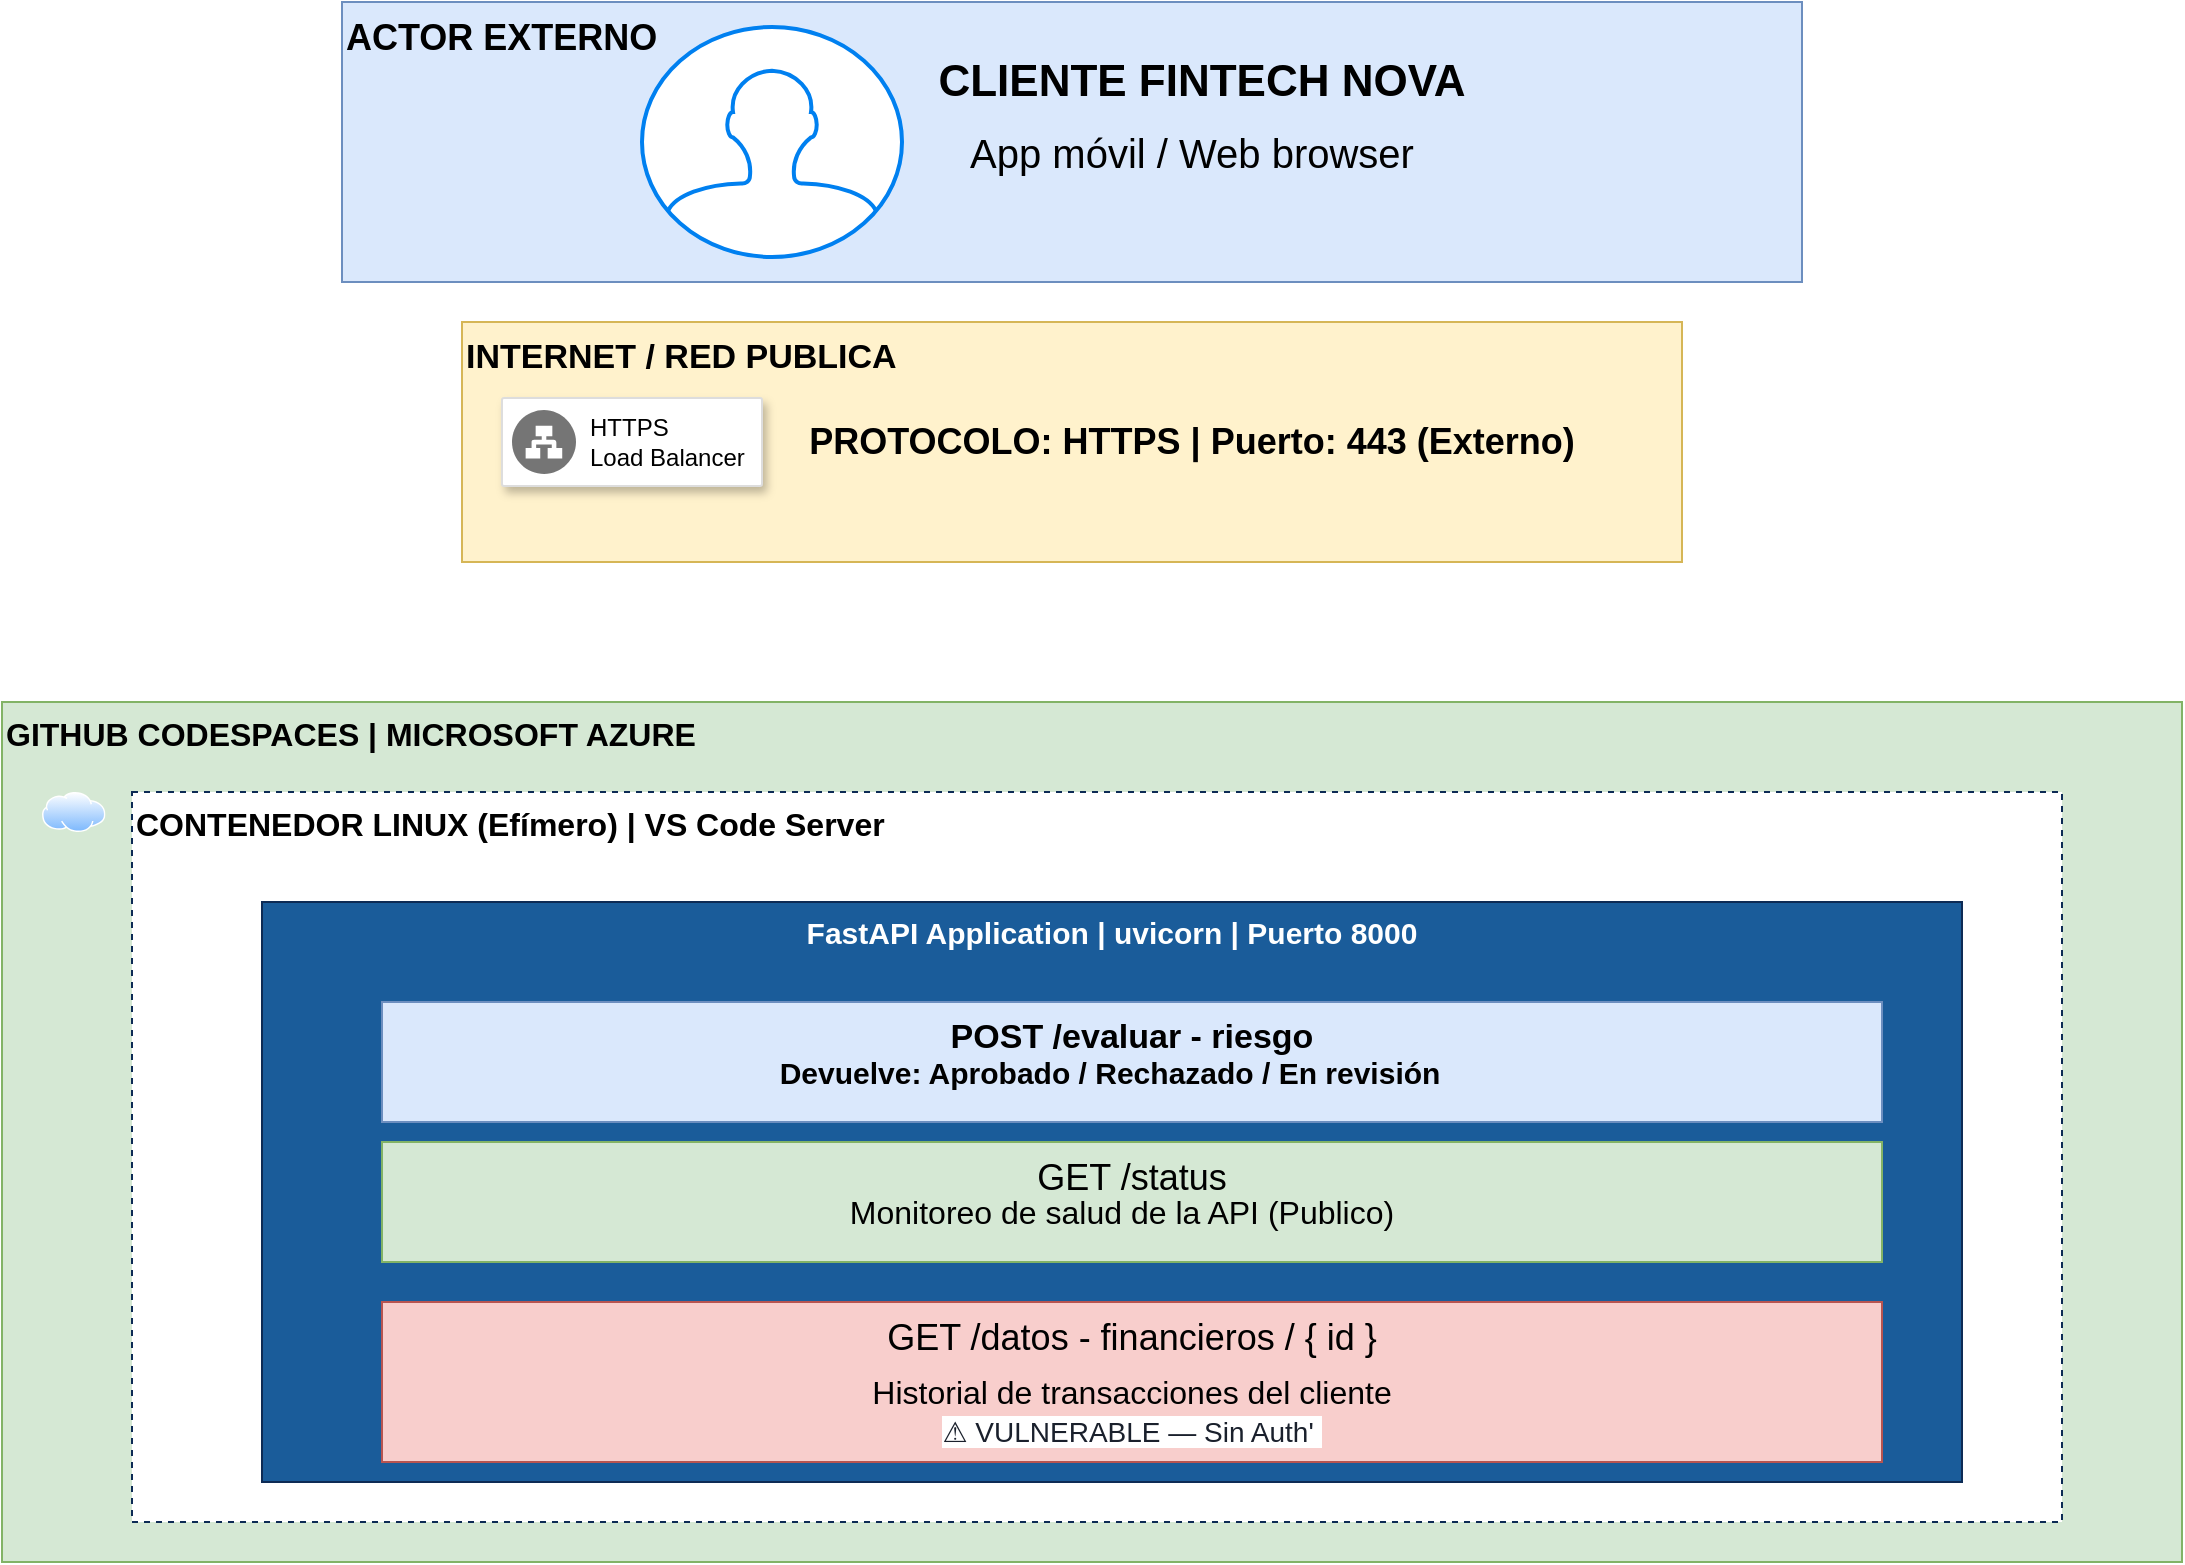
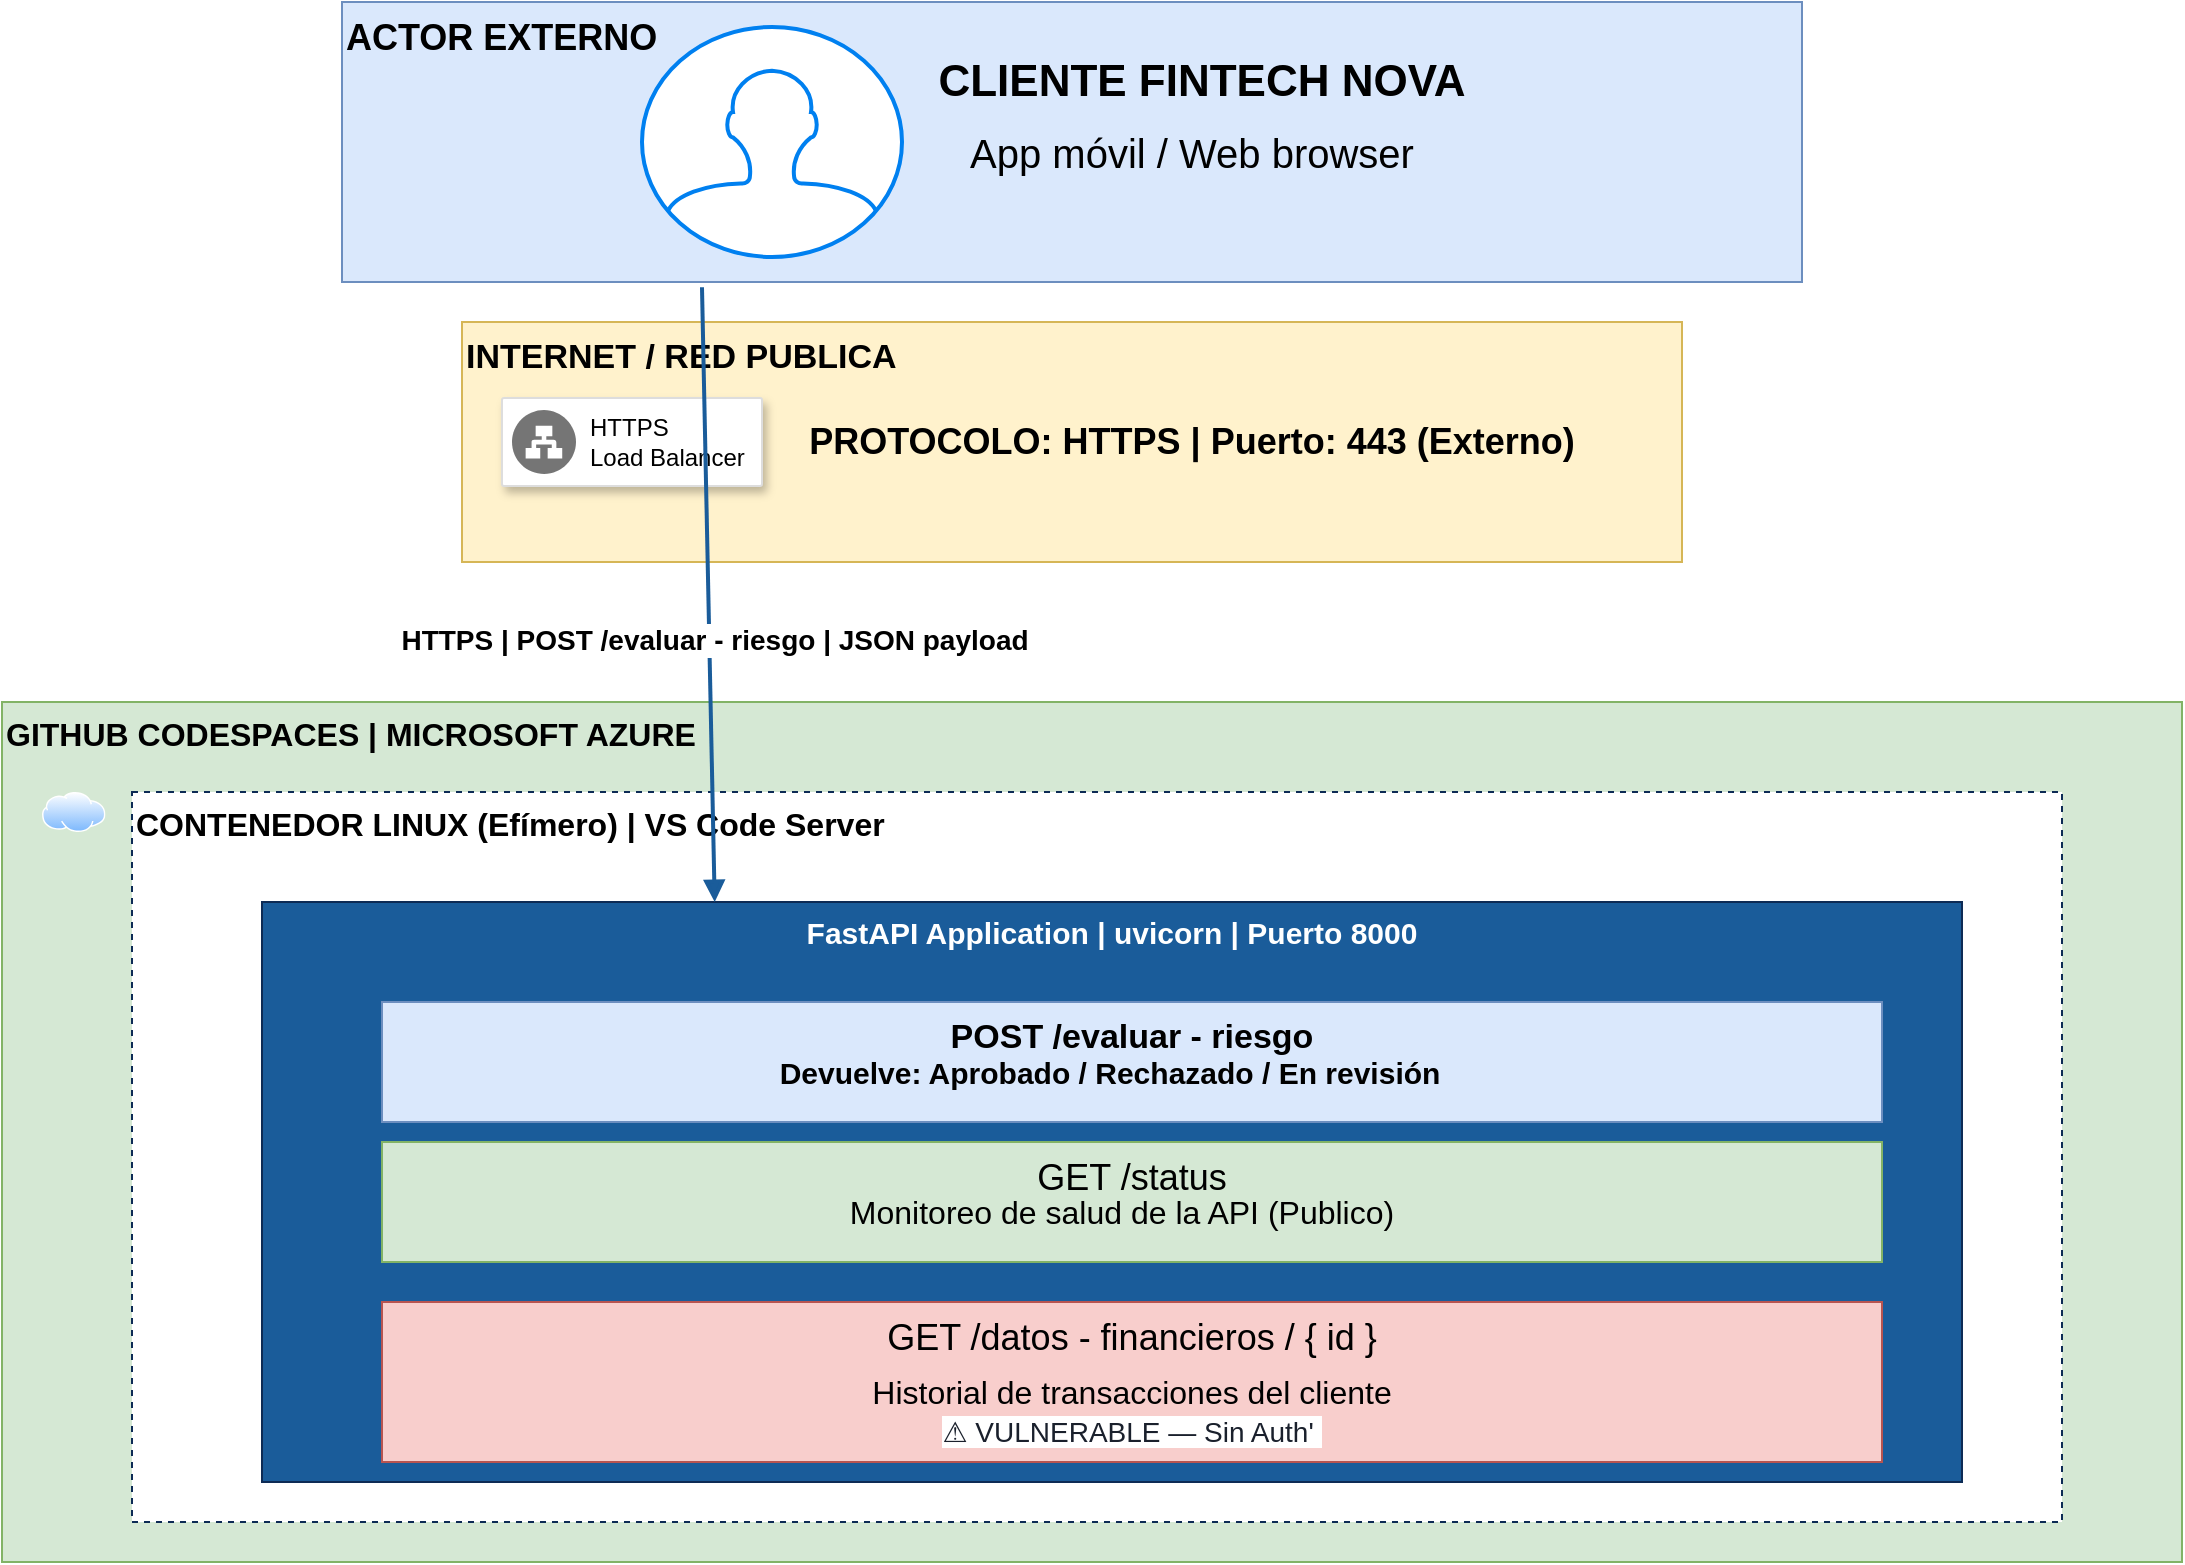
<mxfile host="app.diagrams.net">
  <diagram name="Página-1" id="2bYSpyA3Dfak7f0DMBfR">
-     <mxGraphModel dx="1152" dy="1323" grid="1" gridSize="10" guides="1" tooltips="1" connect="1" arrows="1" fold="1" page="1" pageScale="1" pageWidth="1169" pageHeight="827" math="0" shadow="0">
+     <mxGraphModel dx="921" dy="1059" grid="1" gridSize="10" guides="1" tooltips="1" connect="1" arrows="1" fold="1" page="1" pageScale="1" pageWidth="1169" pageHeight="827" math="0" shadow="0">
      <root>
        <mxCell id="0" />
        <mxCell id="1" parent="0" />
        <mxCell id="TyJ0rt2JkgR6ljCwjSKc-2" parent="1" style="fillColor=#dae8fc;strokeColor=#6c8ebf;fontSize=18;fontStyle=1;align=left;verticalAlign=top;" value="ACTOR EXTERNO" vertex="1">
          <mxGeometry height="140" width="730" x="220" y="30" as="geometry" />
        </mxCell>
        <mxCell id="TyJ0rt2JkgR6ljCwjSKc-3" parent="1" style="fillColor=#fff2cc;strokeColor=#d6b656;fontSize=17;fontStyle=1;align=left;verticalAlign=top;" value="INTERNET / RED PUBLICA" vertex="1">
          <mxGeometry height="120" width="610" x="280" y="190" as="geometry" />
        </mxCell>
        <mxCell id="TyJ0rt2JkgR6ljCwjSKc-4" parent="1" style="fillColor=#d5e8d4;strokeColor=#82b366;fontSize=16;fontStyle=1;align=left;verticalAlign=top;" value="GITHUB CODESPACES | MICROSOFT AZURE" vertex="1">
          <mxGeometry height="430" width="1090" x="50" y="380" as="geometry" />
        </mxCell>
        <mxCell id="TyJ0rt2JkgR6ljCwjSKc-5" parent="1" style="html=1;verticalLabelPosition=bottom;align=center;labelBackgroundColor=#ffffff;verticalAlign=top;strokeWidth=2;strokeColor=#0080F0;shadow=0;dashed=0;shape=mxgraph.ios7.icons.user;" value="" vertex="1">
          <mxGeometry height="115" width="130" x="370" y="42.5" as="geometry" />
        </mxCell>
        <mxCell id="TyJ0rt2JkgR6ljCwjSKc-8" parent="1" style="text;html=1;whiteSpace=wrap;strokeColor=none;fillColor=none;align=center;verticalAlign=middle;rounded=0;fontSize=16;" value="&lt;font style=&quot;font-size: 22px;&quot;&gt;&lt;b&gt;CLIENTE FINTECH NOVA&lt;/b&gt;&lt;/font&gt;" vertex="1">
          <mxGeometry height="40" width="400" x="450" y="50" as="geometry" />
        </mxCell>
        <mxCell id="TyJ0rt2JkgR6ljCwjSKc-9" parent="1" style="text;html=1;whiteSpace=wrap;strokeColor=none;fillColor=none;align=center;verticalAlign=middle;rounded=0;fontSize=16;" value="&lt;font style=&quot;font-size: 20px; color: light-dark(rgb(0, 0, 0), rgb(156, 156, 156));&quot;&gt;App móvil / Web browser&lt;/font&gt;" vertex="1">
          <mxGeometry height="30" width="240" x="525" y="90" as="geometry" />
        </mxCell>
        <mxCell id="TyJ0rt2JkgR6ljCwjSKc-10" parent="1" style="text;html=1;whiteSpace=wrap;strokeColor=none;fillColor=none;align=center;verticalAlign=middle;rounded=0;fontSize=16;" value="&lt;b&gt;&lt;font style=&quot;font-size: 18px;&quot;&gt;PROTOCOLO: HTTPS | Puerto: 443 (Externo)&lt;/font&gt;&lt;/b&gt;" vertex="1">
          <mxGeometry height="15" width="390" x="450" y="242.5" as="geometry" />
        </mxCell>
        <mxCell id="TyJ0rt2JkgR6ljCwjSKc-12" parent="1" style="strokeColor=#dddddd;fillColor=#FFFFFF;shadow=1;strokeWidth=1;rounded=1;absoluteArcSize=1;arcSize=2;" value="" vertex="1">
          <mxGeometry height="44" width="130" x="300" y="228" as="geometry" />
        </mxCell>
        <mxCell id="TyJ0rt2JkgR6ljCwjSKc-13" parent="TyJ0rt2JkgR6ljCwjSKc-12" style="sketch=0;dashed=0;connectable=0;html=1;fillColor=#757575;strokeColor=none;shape=mxgraph.gcp2.network_load_balancer;part=1;labelPosition=right;verticalLabelPosition=middle;align=left;verticalAlign=middle;spacingLeft=5;fontSize=12;" value="HTTPS&#xa;Load Balancer" vertex="1">
          <mxGeometry height="32" relative="1" width="32" y="0.5" as="geometry">
            <mxPoint x="5" y="-16" as="offset" />
          </mxGeometry>
        </mxCell>
        <mxCell id="TyJ0rt2JkgR6ljCwjSKc-14" parent="1" style="fillColor=#ffffff;strokeColor=#0D2B55;dashed=1;align=left;verticalAlign=top;fontSize=16;fontStyle=1" value="CONTENEDOR LINUX (Efímero) | VS Code Server" vertex="1">
          <mxGeometry height="365" width="965" x="115" y="425" as="geometry" />
        </mxCell>
        <mxCell id="TyJ0rt2JkgR6ljCwjSKc-15" parent="1" style="image;aspect=fixed;perimeter=ellipsePerimeter;html=1;align=center;shadow=0;dashed=0;spacingTop=3;image=img/lib/active_directory/internet_cloud.svg;" value="" vertex="1">
          <mxGeometry height="20" width="31.75" x="70" y="425" as="geometry" />
        </mxCell>
        <mxCell id="TyJ0rt2JkgR6ljCwjSKc-18" parent="1" style="fillColor=#1A5C9A;fontColor=#ffffff;strokeColor=#0D2B55;verticalAlign=top;fontSize=15;fontStyle=1" value="FastAPI Application | uvicorn | Puerto 8000" vertex="1">
          <mxGeometry height="290" width="850" x="180" y="480" as="geometry" />
        </mxCell>
        <mxCell id="TyJ0rt2JkgR6ljCwjSKc-20" parent="1" style="fillColor=#dae8fc;strokeColor=#6c8ebf;fontStyle=1;fontSize=17;verticalAlign=top;" value="POST /evaluar - riesgo&#xa;" vertex="1">
          <mxGeometry height="60" width="750" x="240" y="530" as="geometry" />
        </mxCell>
        <mxCell id="TyJ0rt2JkgR6ljCwjSKc-21" parent="1" style="fillColor=#d5e8d4;strokeColor=#82b366;verticalAlign=top;fontSize=18;" value="GET /status" vertex="1">
          <mxGeometry height="60" width="750" x="240" y="600" as="geometry" />
        </mxCell>
        <mxCell id="TyJ0rt2JkgR6ljCwjSKc-22" parent="1" style="fillColor=#f8cecc;strokeColor=#b85450;verticalAlign=top;fontSize=18;" value="GET /datos - financieros / { id }" vertex="1">
          <mxGeometry height="80" width="750" x="240" y="680" as="geometry" />
        </mxCell>
        <mxCell id="TyJ0rt2JkgR6ljCwjSKc-23" parent="1" style="text;html=1;whiteSpace=wrap;strokeColor=none;fillColor=none;align=center;verticalAlign=middle;rounded=0;fontSize=16;" value="&lt;span style=&quot;font-size: 15px; font-weight: 700; white-space: nowrap;&quot;&gt;&lt;font style=&quot;color: light-dark(rgb(0, 0, 0), rgb(156, 156, 156));&quot;&gt;Devuelve: Aprobado / Rechazado / En revisión&lt;/font&gt;&lt;/span&gt;" vertex="1">
          <mxGeometry height="30" width="48" x="580" y="550" as="geometry" />
        </mxCell>
        <mxCell id="TyJ0rt2JkgR6ljCwjSKc-25" parent="1" style="text;html=1;whiteSpace=wrap;strokeColor=none;fillColor=none;align=center;verticalAlign=middle;rounded=0;fontSize=16;" value="&lt;font style=&quot;color: light-dark(rgb(0, 0, 0), rgb(156, 156, 156));&quot;&gt;Monitoreo de salud de la API (Publico)&lt;/font&gt;" vertex="1">
          <mxGeometry height="30" width="280" x="470" y="620" as="geometry" />
        </mxCell>
-         <mxCell id="TyJ0rt2JkgR6ljCwjSKc-26" parent="1" style="text;html=1;whiteSpace=wrap;strokeColor=none;fillColor=none;align=center;verticalAlign=middle;rounded=0;fontSize=16;" value="&lt;font style=&quot;color: light-dark(rgb(0, 0, 0), rgb(156, 156, 156));&quot;&gt;Historial de transacciones del cliente&lt;/font&gt;&lt;div&gt;&lt;span data-contrast=&quot;none&quot; lang=&quot;EN-US&quot; class=&quot;TextRun SCXW103896375 BCX0&quot; style=&quot;-webkit-user-drag: none; -webkit-tap-highlight-color: transparent; margin: 0px; padding: 0px; user-select: text; text-align: left; background-color: rgb(255, 255, 255); color: rgb(26, 32, 44); font-size: 10.5pt; line-height: 18.3458px; font-family: Calibri, Calibri_EmbeddedFont, Calibri_MSFontService, sans-serif; font-variant-ligatures: none !important;&quot;&gt;&lt;span class=&quot;NormalTextRun SCXW103896375 BCX0&quot; style=&quot;-webkit-user-drag: none; -webkit-tap-highlight-color: transparent; margin: 0px; padding: 0px; user-select: text;&quot;&gt;⚠ VULNERABLE — Sin Auth&#39;&lt;/span&gt;&lt;/span&gt;&lt;span class=&quot;EOP SCXW103896375 BCX0&quot; data-ccp-props=&quot;{&amp;quot;335559738&amp;quot;:30,&amp;quot;335559739&amp;quot;:38}&quot; style=&quot;-webkit-user-drag: none; -webkit-tap-highlight-color: transparent; margin: 0px; padding: 0px; user-select: text; text-align: left; background-color: rgb(255, 255, 255); font-size: 10.5pt; line-height: 18.3458px; font-family: Calibri, Calibri_EmbeddedFont, Calibri_MSFontService, sans-serif; color: rgb(26, 32, 44);&quot;&gt;&amp;nbsp;&lt;/span&gt;&lt;/div&gt;" vertex="1">
+         <mxCell id="TyJ0rt2JkgR6ljCwjSKc-26" parent="1" style="text;html=1;whiteSpace=wrap;strokeColor=none;fillColor=none;align=center;verticalAlign=middle;rounded=0;fontSize=16;" value="&lt;font style=&quot;color: light-dark(rgb(0, 0, 0), rgb(156, 156, 156));&quot;&gt;Historial de transacciones del cliente&lt;/font&gt;&lt;div&gt;&lt;font style=&quot;color: light-dark(rgb(0, 0, 0), rgb(255, 102, 102));&quot;&gt;&lt;span data-contrast=&quot;none&quot; lang=&quot;EN-US&quot; class=&quot;TextRun SCXW103896375 BCX0&quot; style=&quot;-webkit-user-drag: none; -webkit-tap-highlight-color: transparent; margin: 0px; padding: 0px; user-select: text; text-align: left; background-color: rgb(255, 255, 255); font-size: 10.5pt; line-height: 18.3458px; font-family: Calibri, Calibri_EmbeddedFont, Calibri_MSFontService, sans-serif; font-variant-ligatures: none !important; color: rgb(26, 32, 44);&quot;&gt;&lt;span class=&quot;NormalTextRun SCXW103896375 BCX0&quot; style=&quot;-webkit-user-drag: none; -webkit-tap-highlight-color: transparent; margin: 0px; padding: 0px; user-select: text;&quot;&gt;⚠ VULNERABLE — Sin Auth&#39;&lt;/span&gt;&lt;/span&gt;&lt;span class=&quot;EOP SCXW103896375 BCX0&quot; data-ccp-props=&quot;{&amp;quot;335559738&amp;quot;:30,&amp;quot;335559739&amp;quot;:38}&quot; style=&quot;-webkit-user-drag: none; -webkit-tap-highlight-color: transparent; margin: 0px; padding: 0px; user-select: text; text-align: left; background-color: rgb(255, 255, 255); font-size: 10.5pt; line-height: 18.3458px; font-family: Calibri, Calibri_EmbeddedFont, Calibri_MSFontService, sans-serif; color: rgb(26, 32, 44);&quot;&gt;&amp;nbsp;&lt;/span&gt;&lt;/font&gt;&lt;/div&gt;" vertex="1">
          <mxGeometry height="30" width="390" x="420" y="720" as="geometry" />
+         </mxCell>
+         <mxCell id="TyJ0rt2JkgR6ljCwjSKc-31" edge="1" parent="1" style="endArrow=block;strokeColor=#1A5C9A;strokeWidth=2;">
+           <mxGeometry relative="1" as="geometry">
+             <mxPoint x="399.99666666666656" y="172.61" as="sourcePoint" />
+             <mxPoint x="406.35000000000014" y="480.0000000000001" as="targetPoint" />
+           </mxGeometry>
+         </mxCell>
+         <mxCell id="TyJ0rt2JkgR6ljCwjSKc-32" connectable="0" parent="TyJ0rt2JkgR6ljCwjSKc-31" style="edgeLabel;html=1;align=center;verticalAlign=middle;resizable=0;points=[];fontSize=12;fontFamily=Helvetica;fontColor=default;fontStyle=0;labelBackgroundColor=default;" value="&lt;font style=&quot;font-size: 14px;&quot;&gt;&lt;b&gt;HTTPS | POST /evaluar - riesgo | JSON payload&lt;/b&gt;&lt;/font&gt;" vertex="1">
+           <mxGeometry relative="1" x="0.1479" y="2" as="geometry">
+             <mxPoint as="offset" />
+           </mxGeometry>
        </mxCell>
      </root>
    </mxGraphModel>
  </diagram>
</mxfile>
